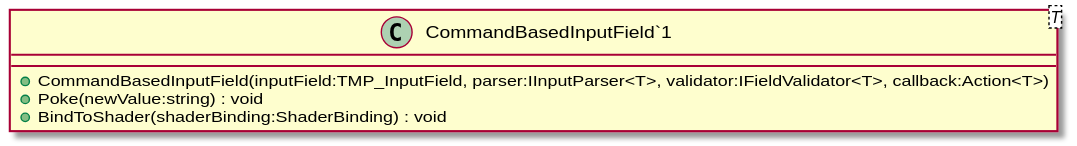
Before: UML/CommandBasedComponents/CommandBasedInputField.svg, a diagram exported from PlantUML (streepje8/ToolDev2023).
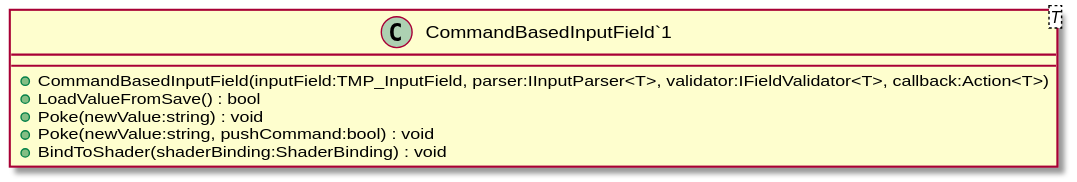
After the commit.

Diff of the diagram source:
```diff
@@ -1,7 +1,9 @@
 @startuml
 class "CommandBasedInputField`1"<T> {
     + CommandBasedInputField(inputField:TMP_InputField, parser:IInputParser<T>, validator:IFieldValidator<T>, callback:Action<T>)
+    + LoadValueFromSave() : bool
     + Poke(newValue:string) : void
+    + Poke(newValue:string, pushCommand:bool) : void
     + BindToShader(shaderBinding:ShaderBinding) : void
 }
 @enduml
```
